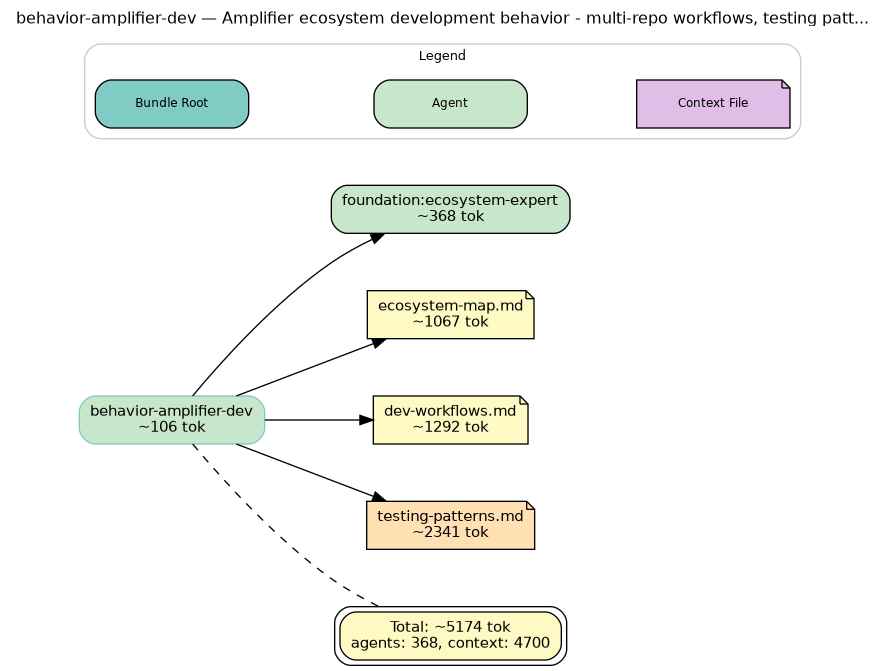
Earlier version of the Graphviz export behaviors/amplifier-dev.png (microsoft/amplifier-foundation). Its source is kept beside it as behaviors/amplifier-dev.dot.
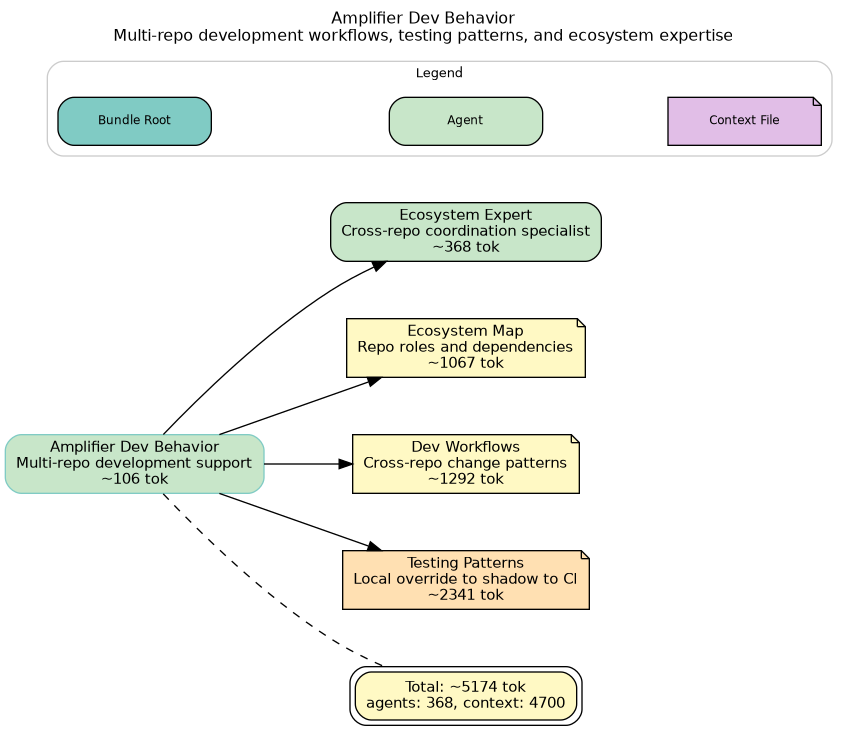
The same file after the commit.

Diff of the diagram source:
```diff
@@ -2,7 +2,7 @@
     rankdir=LR
     fontname="Helvetica"
     fontsize=12
-    label="behavior-amplifier-dev — Amplifier ecosystem development behavior - multi-repo workflows, testing patt..."
+    label="Amplifier Dev Behavior\nMulti-repo development workflows, testing patterns, and ecosystem expertise"
     labelloc=t
     labeljust=c
     compound=true
@@ -14,11 +14,11 @@
     node [fontname="Helvetica", fontsize=11, style="filled,rounded"]
     edge [fontname="Helvetica", fontsize=9]
 
-    root [label="behavior-amplifier-dev\n~106 tok", shape=box, fillcolor="#c8e6c9", style="filled,rounded", color="#80cbc4"]
-    agent_foundation_ecosystem_expert [label="foundation:ecosystem-expert\n~368 tok", shape=box, fillcolor="#c8e6c9", style="filled,rounded"]
-    ctx_foundation_context_amplifier_dev_ecosystem_map_md [label="ecosystem-map.md\n~1067 tok", shape=note, fillcolor="#fff9c4", style="filled"]
-    ctx_foundation_context_amplifier_dev_dev_workflows_md [label="dev-workflows.md\n~1292 tok", shape=note, fillcolor="#fff9c4", style="filled"]
-    ctx_foundation_context_amplifier_dev_testing_patterns_md [label="testing-patterns.md\n~2341 tok", shape=note, fillcolor="#ffe0b2", style="filled"]
+    root [label="Amplifier Dev Behavior\nMulti-repo development support\n~106 tok", shape=box, fillcolor="#c8e6c9", style="filled,rounded", color="#80cbc4"]
+    agent_foundation_ecosystem_expert [label="Ecosystem Expert\nCross-repo coordination specialist\n~368 tok", shape=box, fillcolor="#c8e6c9", style="filled,rounded"]
+    ctx_foundation_context_amplifier_dev_ecosystem_map_md [label="Ecosystem Map\nRepo roles and dependencies\n~1067 tok", shape=note, fillcolor="#fff9c4", style="filled"]
+    ctx_foundation_context_amplifier_dev_dev_workflows_md [label="Dev Workflows\nCross-repo change patterns\n~1292 tok", shape=note, fillcolor="#fff9c4", style="filled"]
+    ctx_foundation_context_amplifier_dev_testing_patterns_md [label="Testing Patterns\nLocal override to shadow to CI\n~2341 tok", shape=note, fillcolor="#ffe0b2", style="filled"]
     summary [label="Total: ~5174 tok\nagents: 368, context: 4700", shape=box, fillcolor="#fff9c4", style="filled,rounded", peripheries=2]
 
     root -> agent_foundation_ecosystem_expert
```
